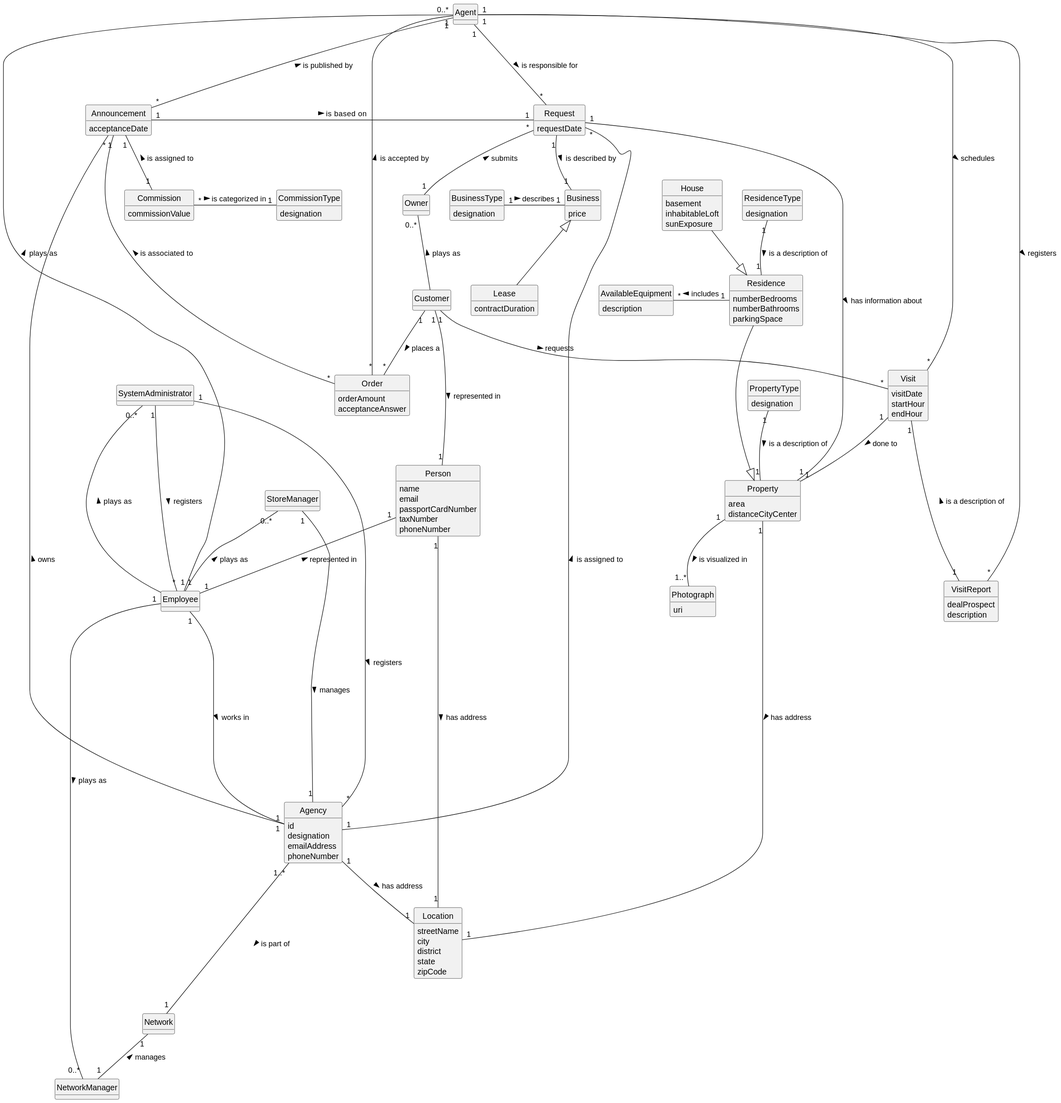
Earlier version of the PlantUML export docs/sprintC/global-artifacts/02.analysis/svg/project-domain-model.svg (rita-barbosa/LAPR2-2223).
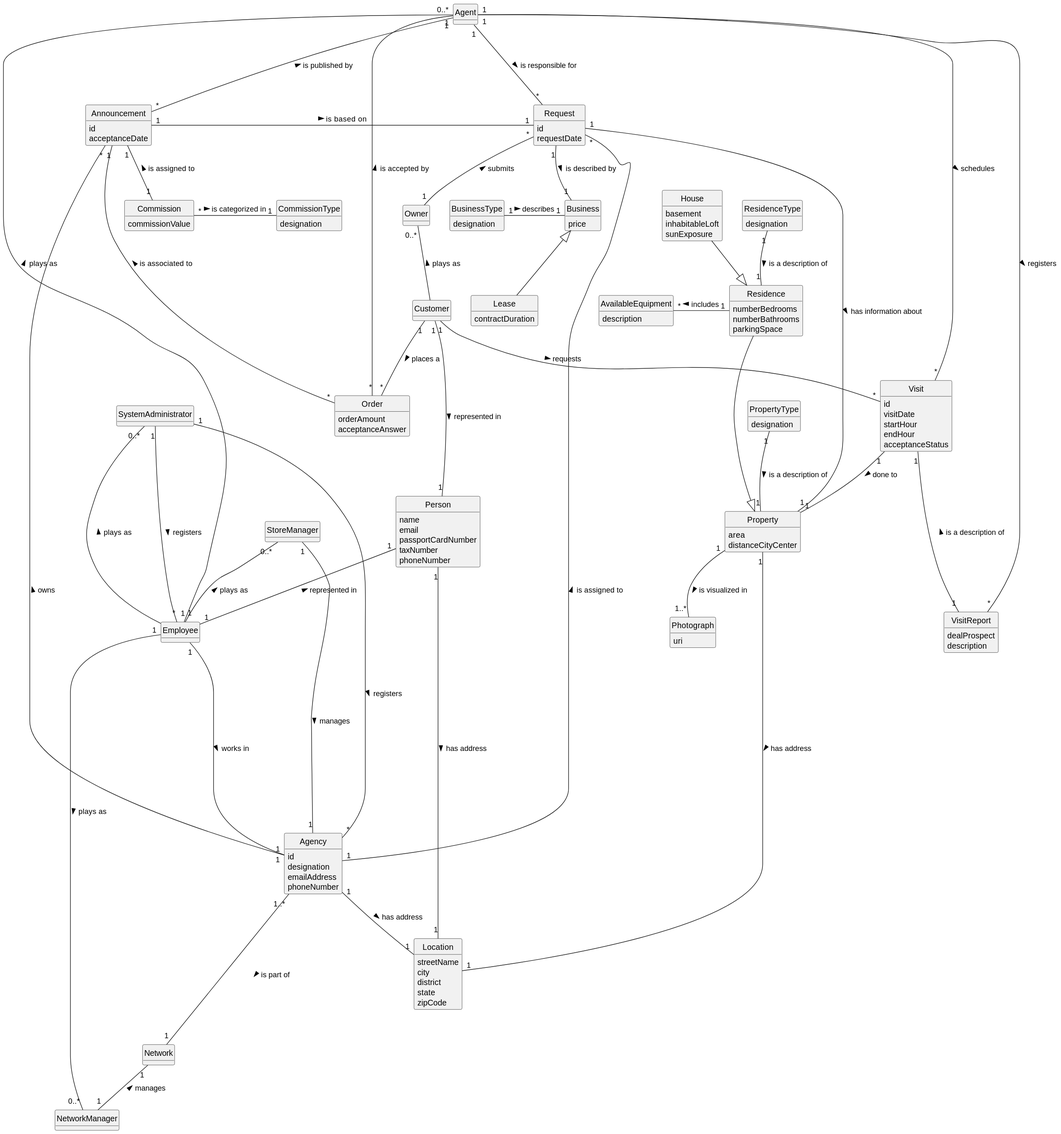
The same file after the commit.

Commit message:
Project DM update + SVG [all] [Analysis]

The edit, as a diff of the source:
```diff
@@ -43,13 +43,16 @@
 class NetworkManager{
 }
 class Announcement{
+id
 acceptanceDate
 }
 
 class Visit{
+id
 visitDate
 startHour
 endHour
+acceptanceStatus
 }
 class VisitReport{
  dealProspect
@@ -65,9 +68,11 @@
  numberBathrooms
  parkingSpace
 }
+
 class AvailableEquipment{
 description
 }
+
 class House{
  basement
  inhabitableLoft
@@ -107,6 +112,7 @@
 designation
 }
 class Request{
+id
 requestDate
 }
 class Order {
```
